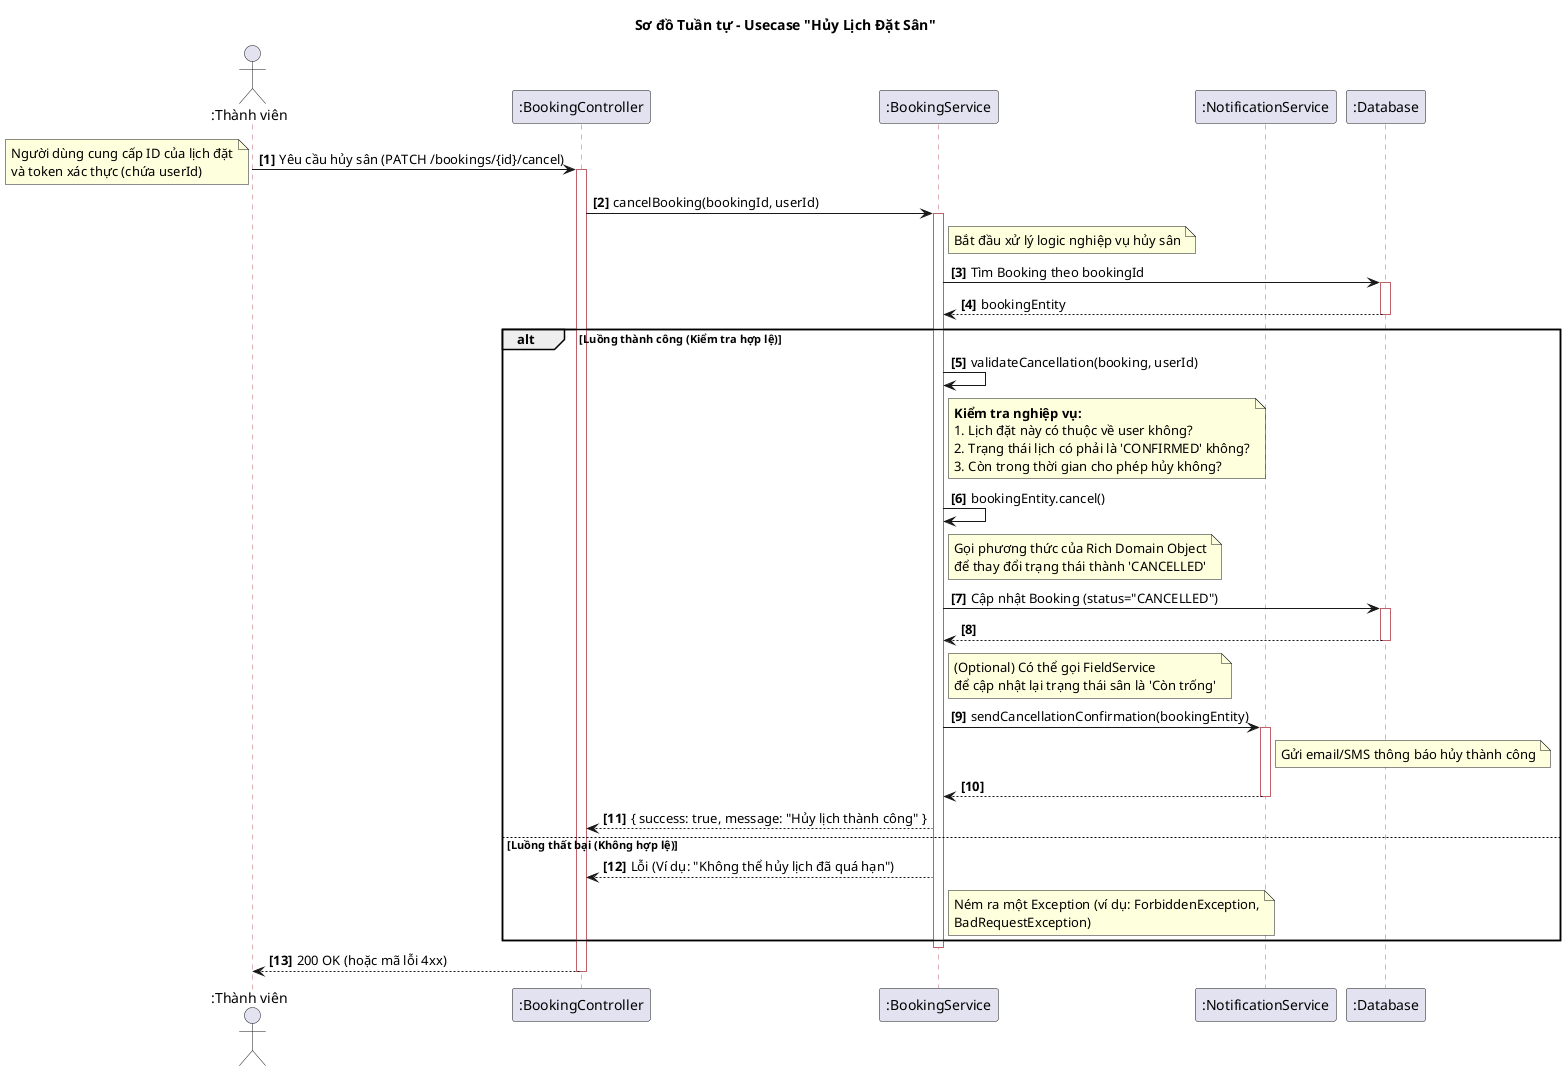
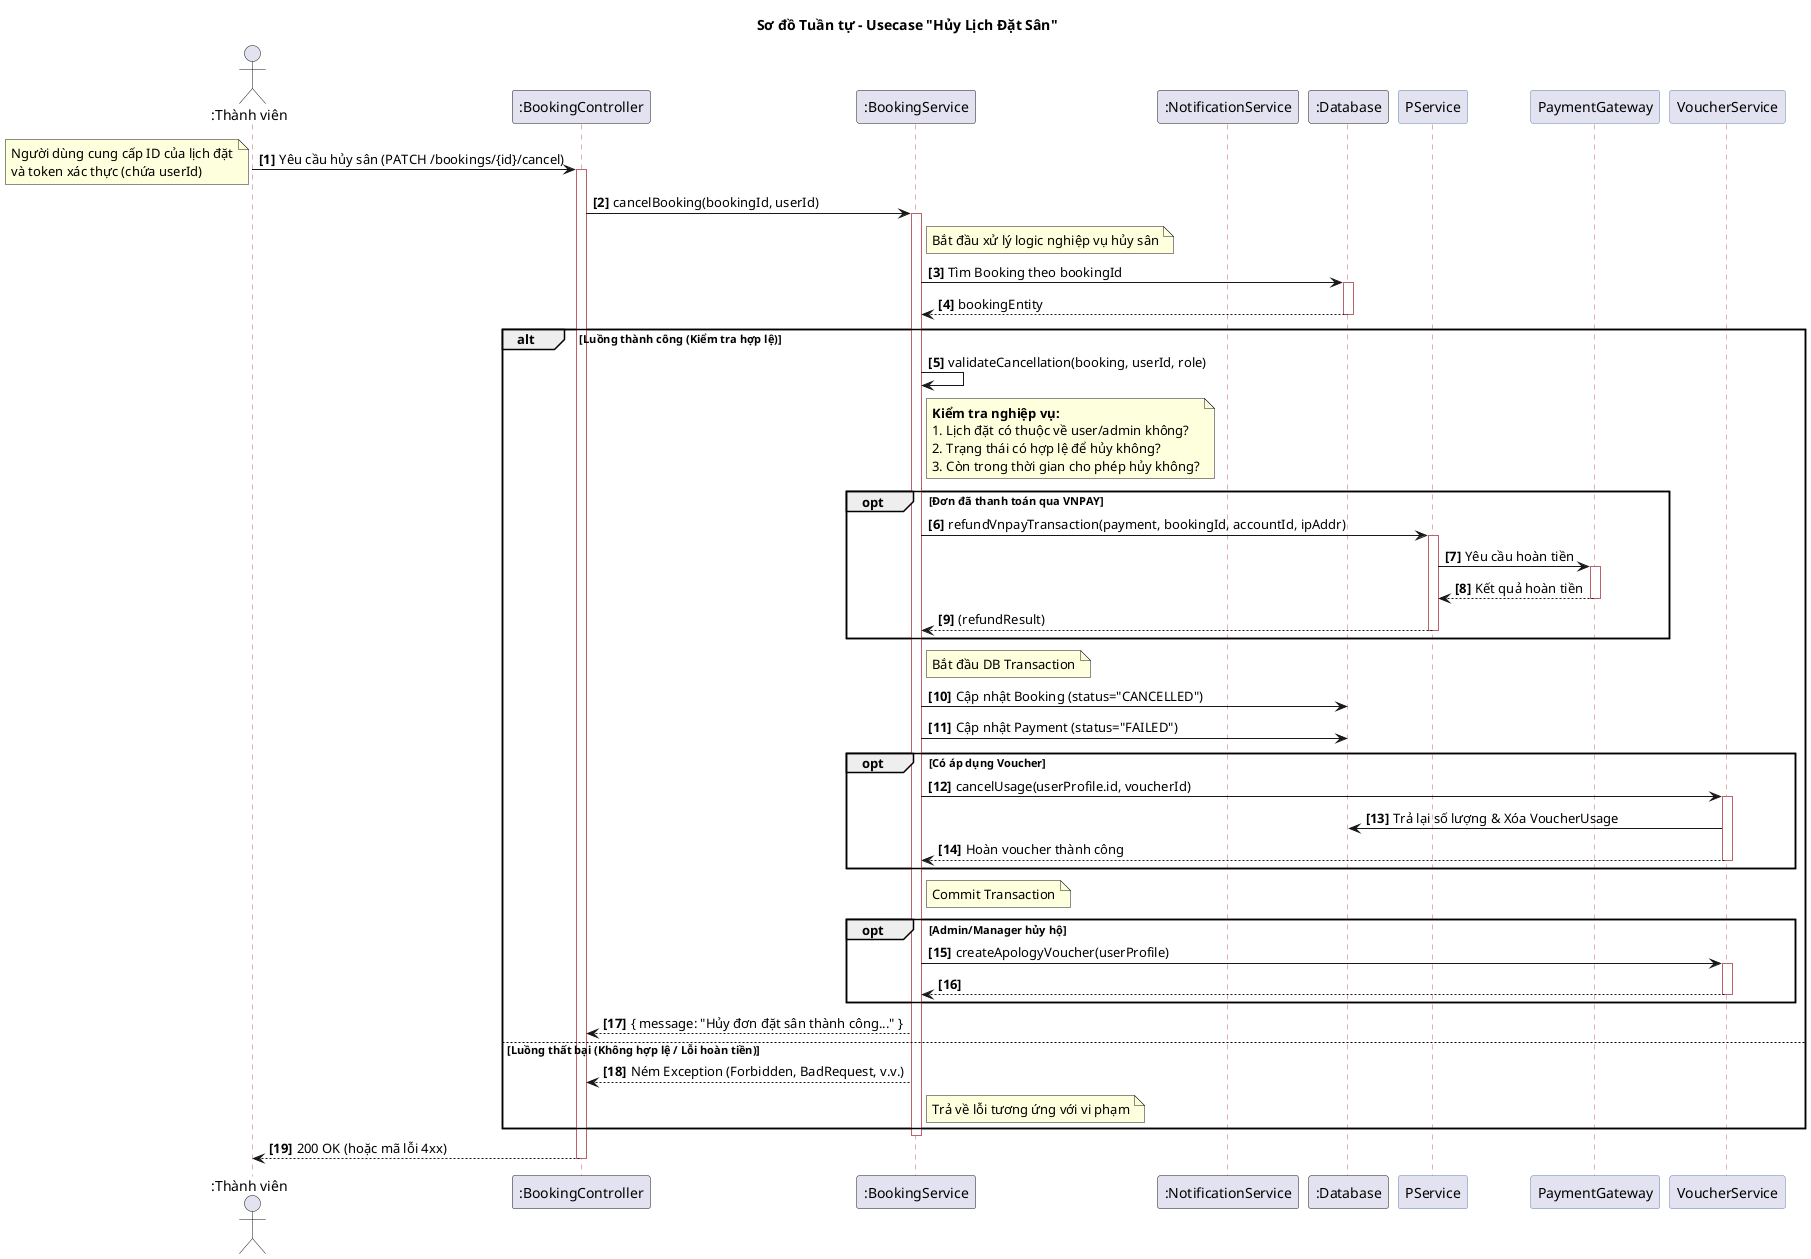
@startuml Cancel Booking
' Sơ đồ Tuần tự - Usecase "Hủy Lịch Đặt Sân" (Thành viên thực hiện)


title Sơ đồ Tuần tự - Usecase "Hủy Lịch Đặt Sân"

' --- Cấu hình & Định nghĩa các Thành phần ---
autonumber "<b>[0]"

actor ":Thành viên" as Member
participant ":BookingController" as BController
participant ":BookingService" as BService
participant ":NotificationService" as NotiService
participant ":Database" as DB

skinparam sequenceActorBorderColor #5E81AC
skinparam sequenceParticipantBorderColor #5E81AC
skinparam sequenceLifeLineBorderColor #BF616A

' --- Bắt đầu luồng nghiệp vụ ---

Member -> BController: Yêu cầu hủy sân (PATCH /bookings/{id}/cancel)
activate BController
note left: Người dùng cung cấp ID của lịch đặt\nvà token xác thực (chứa userId)

BController -> BService: cancelBooking(bookingId, userId)
activate BService
note right of BService: Bắt đầu xử lý logic nghiệp vụ hủy sân

BService -> DB: Tìm Booking theo bookingId
activate DB
DB --> BService: bookingEntity
deactivate DB

' alt/else là cấu trúc để thể hiện các luồng rẽ nhánh (thành công hoặc thất bại)
alt Luồng thành công (Kiểm tra hợp lệ)

-     ' Logic kiểm tra được thực thi bên trong Service
-     BService -> BService: validateCancellation(booking, userId)
-     note right of BService: **Kiểm tra nghiệp vụ:**\n1. Lịch đặt này có thuộc về user không?\n2. Trạng thái lịch có phải là 'CONFIRMED' không?\n3. Còn trong thời gian cho phép hủy không?
+     ' Logic kiểm tra
+     BService -> BService: validateCancellation(booking, userId, role)
+     note right of BService: **Kiểm tra nghiệp vụ:**\n1. Lịch đặt có thuộc về user/admin không?\n2. Trạng thái có hợp lệ để hủy không?\n3. Còn trong thời gian cho phép hủy không?

-     ' Gọi phương thức của đối tượng nghiệp vụ "thông minh"
-     BService -> BService: bookingEntity.cancel()
-     note right of BService: Gọi phương thức của Rich Domain Object\nđể thay đổi trạng thái thành 'CANCELLED'
+     opt Đơn đã thanh toán qua VNPAY
+         BService -> PService: refundVnpayTransaction(payment, bookingId, accountId, ipAddr)
+         activate PService
+         PService -> PaymentGateway: Yêu cầu hoàn tiền
+         activate PaymentGateway
+         PaymentGateway --> PService: Kết quả hoàn tiền
+         deactivate PaymentGateway
+         PService --> BService: (refundResult)
+         deactivate PService
+     end
+ 
+     note right of BService: Bắt đầu DB Transaction

    BService -> DB: Cập nhật Booking (status="CANCELLED")
-     activate DB
-     DB --> BService
-     deactivate DB
-     note right of BService: (Optional) Có thể gọi FieldService\nđể cập nhật lại trạng thái sân là 'Còn trống'
+     BService -> DB: Cập nhật Payment (status="FAILED")

-     BService -> NotiService: sendCancellationConfirmation(bookingEntity)
-     activate NotiService
-     note right of NotiService: Gửi email/SMS thông báo hủy thành công
-     NotiService --> BService
-     deactivate NotiService
+     opt Có áp dụng Voucher
+         BService -> VoucherService: cancelUsage(userProfile.id, voucherId)
+         activate VoucherService
+         VoucherService -> DB: Trả lại số lượng & Xóa VoucherUsage
+         VoucherService --> BService: Hoàn voucher thành công
+         deactivate VoucherService
+     end

-     BService --> BController: { success: true, message: "Hủy lịch thành công" }
+     note right of BService: Commit Transaction

- else Luồng thất bại (Không hợp lệ)
+     opt Admin/Manager hủy hộ
+         BService -> VoucherService: createApologyVoucher(userProfile)
+         activate VoucherService
+         VoucherService --> BService
+         deactivate VoucherService
+     end

-     BService --> BController: Lỗi (Ví dụ: "Không thể hủy lịch đã quá hạn")
-     note right of BService: Ném ra một Exception (ví dụ: ForbiddenException,\nBadRequestException)
+     BService --> BController: { message: "Hủy đơn đặt sân thành công..." }
+ 
+ else Luồng thất bại (Không hợp lệ / Lỗi hoàn tiền)
+ 
+     BService --> BController: Ném Exception (Forbidden, BadRequest, v.v.)
+     note right of BService: Trả về lỗi tương ứng với vi phạm

end

deactivate BService
BController --> Member: 200 OK (hoặc mã lỗi 4xx)
deactivate BController

@enduml